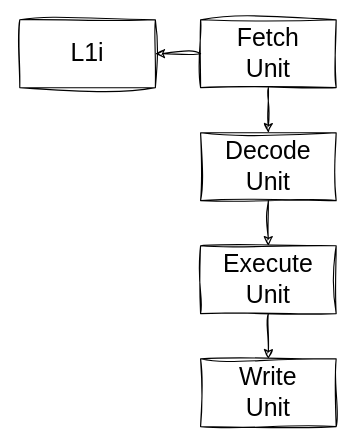
Above: page "mvm-2" (2 of 5) of res/majorana.drawio in teivah/majorana (draw.io), before the change. Source tidied: cells renumbered, new cells numbered last; positions are measured from the earlier drawing's top-left corner, leaving out a move shared by most shapes. Both pictures are drawn from the tidied source at 113%, with x=0, y=0 at pixel (19, 19).
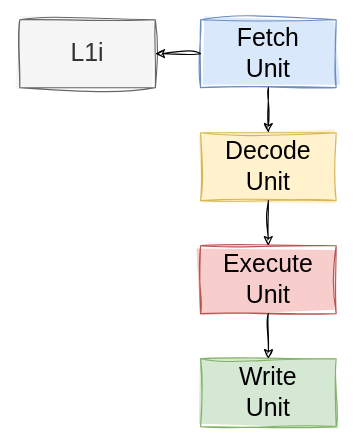
The same diagram, later.

Diff of the diagram source:
```diff
@@
 <mxGraphModel>
   <root>
     <mxCell id="0" />
     <mxCell id="1" parent="0" />
-    <mxCell id="2" value="Fetch&lt;br&gt;Unit" style="rounded=0;whiteSpace=wrap;html=1;sketch=1;curveFitting=1;jiggle=2;fontSize=22;" parent="1" vertex="1">
+    <mxCell id="2" value="Fetch&lt;br&gt;Unit" style="rounded=0;whiteSpace=wrap;html=1;sketch=1;curveFitting=1;jiggle=2;fontSize=22;fillStyle=solid;fillColor=#dae8fc;strokeColor=#6c8ebf;" parent="1" vertex="1">
       <mxGeometry x="160" width="120" height="60" as="geometry" />
     </mxCell>
-    <mxCell id="3" value="Decode&lt;br&gt;Unit" style="rounded=0;whiteSpace=wrap;html=1;sketch=1;curveFitting=1;jiggle=2;fontSize=22;" parent="1" vertex="1">
+    <mxCell id="3" value="Decode&lt;br&gt;Unit" style="rounded=0;whiteSpace=wrap;html=1;sketch=1;curveFitting=1;jiggle=2;fontSize=22;fillStyle=solid;fillColor=#fff2cc;strokeColor=#d6b656;" parent="1" vertex="1">
       <mxGeometry x="160" y="100" width="120" height="60" as="geometry" />
     </mxCell>
     <mxCell id="4" style="endArrow=classic;html=1;rounded=0;exitX=0.5;exitY=1;exitDx=0;exitDy=0;sketch=1;curveFitting=1;jiggle=2;" parent="1" edge="1" source="2" target="3">
       <mxGeometry relative="1" as="geometry" />
     </mxCell>
-    <mxCell id="5" value="Execute&lt;br&gt;Unit" style="rounded=0;whiteSpace=wrap;html=1;sketch=1;curveFitting=1;jiggle=2;fontSize=22;" parent="1" vertex="1">
+    <mxCell id="5" value="Execute&lt;br&gt;Unit" style="rounded=0;whiteSpace=wrap;html=1;sketch=1;curveFitting=1;jiggle=2;fontSize=22;fillStyle=solid;fillColor=#f8cecc;strokeColor=#b85450;" parent="1" vertex="1">
       <mxGeometry x="160" y="200" width="120" height="60" as="geometry" />
     </mxCell>
-    <mxCell id="6" value="Write&lt;br&gt;Unit" style="rounded=0;whiteSpace=wrap;html=1;sketch=1;curveFitting=1;jiggle=2;fontSize=22;" parent="1" vertex="1">
+    <mxCell id="6" value="Write&lt;br&gt;Unit" style="rounded=0;whiteSpace=wrap;html=1;sketch=1;curveFitting=1;jiggle=2;fontSize=22;fillStyle=solid;fillColor=#d5e8d4;strokeColor=#82b366;" parent="1" vertex="1">
       <mxGeometry x="160" y="300" width="120" height="60" as="geometry" />
     </mxCell>
     <mxCell id="7" style="endArrow=classic;html=1;rounded=0;sketch=1;curveFitting=1;jiggle=2;entryX=0.5;entryY=0;entryDx=0;entryDy=0;" parent="1" edge="1" target="5">
       <mxGeometry relative="1" as="geometry">
         <mxPoint x="220" y="160" as="sourcePoint" />
       </mxGeometry>
     </mxCell>
     <mxCell id="8" style="endArrow=classic;html=1;rounded=0;sketch=1;curveFitting=1;jiggle=2;entryX=0.5;entryY=0;entryDx=0;entryDy=0;exitX=0.5;exitY=1;exitDx=0;exitDy=0;" parent="1" edge="1" source="5" target="6">
       <mxGeometry relative="1" as="geometry" />
     </mxCell>
-    <mxCell id="9" value="L1i" style="rounded=0;whiteSpace=wrap;html=1;sketch=1;curveFitting=1;jiggle=2;fontSize=22;" parent="1" vertex="1">
+    <mxCell id="9" value="L1i" style="rounded=0;whiteSpace=wrap;html=1;sketch=1;curveFitting=1;jiggle=2;fontSize=22;fillStyle=solid;fillColor=#f5f5f5;fontColor=#333333;strokeColor=#666666;" parent="1" vertex="1">
       <mxGeometry width="120" height="60" as="geometry" />
     </mxCell>
     <mxCell id="10" style="endArrow=classic;html=1;rounded=0;exitX=0;exitY=0.5;exitDx=0;exitDy=0;sketch=1;curveFitting=1;jiggle=2;entryX=1;entryY=0.5;entryDx=0;entryDy=0;" parent="1" edge="1" source="2" target="9">
       <mxGeometry relative="1" as="geometry" />
     </mxCell>
   </root>
 </mxGraphModel>
```
